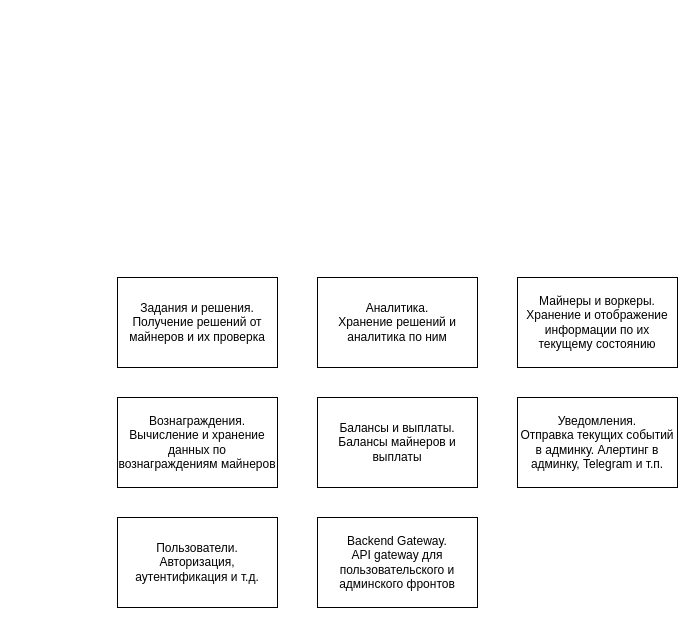
Before: page "General scheme" (1 of 3) of tzpool.drawio in dnsoftware/mpm-structure, a draw.io diagram. Source tidied: cells renumbered, new cells numbered last; positions are measured from the earlier drawing's top-left corner, leaving out a move shared by most shapes. Both pictures are drawn from the tidied source at 100%, with x=0, y=0 at pixel (117, 277).
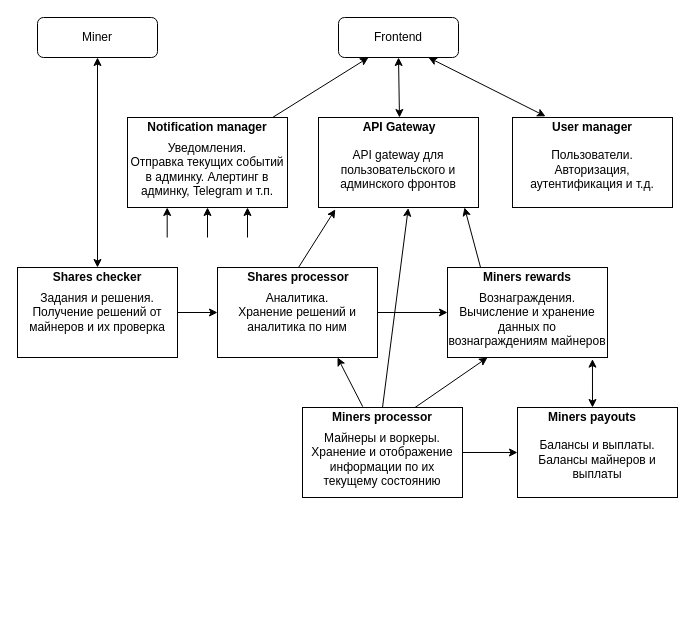
The same page after the edit.

The edit, as a diff of the source:
```diff
@@
     <mxCell id="2" value="&lt;div&gt;Задания и решения.&lt;br&gt;&lt;/div&gt;&lt;div&gt;Получение решений от майнеров и их проверка &lt;/div&gt;" style="rounded=0;whiteSpace=wrap;html=1;" parent="1" vertex="1">
-      <mxGeometry width="160" height="90" as="geometry" />
+      <mxGeometry x="-100" y="-10" width="160" height="90" as="geometry" />
     </mxCell>
     <mxCell id="3" value="&lt;div&gt;Аналитика.&lt;br&gt;&lt;/div&gt;&lt;div&gt;Хранение решений и аналитика по ним&lt;/div&gt;" style="rounded=0;whiteSpace=wrap;html=1;" parent="1" vertex="1">
-      <mxGeometry x="200" width="160" height="90" as="geometry" />
+      <mxGeometry x="100" y="-10" width="160" height="90" as="geometry" />
     </mxCell>
-    <mxCell id="4" value="&lt;div&gt;Майнеры и воркеры.&lt;br&gt;&lt;/div&gt;&lt;div&gt;Хранение и отображение информации по их текущему состоянию&lt;/div&gt;" style="rounded=0;whiteSpace=wrap;html=1;" parent="1" vertex="1">
-      <mxGeometry x="400" width="160" height="90" as="geometry" />
+    <mxCell id="4" value="&lt;div&gt;&lt;br&gt;&lt;/div&gt;&lt;div&gt;Майнеры и воркеры.&lt;br&gt;&lt;/div&gt;&lt;div&gt;Хранение и отображение информации по их текущему состоянию&lt;/div&gt;" style="rounded=0;whiteSpace=wrap;html=1;" parent="1" vertex="1">
+      <mxGeometry x="185" y="130" width="160" height="90" as="geometry" />
     </mxCell>
-    <mxCell id="5" value="&lt;div&gt;Вознаграждения.&lt;br&gt;&lt;/div&gt;&lt;div&gt;Вычисление и хранение данных по вознаграждениям майнеров&lt;/div&gt;" style="rounded=0;whiteSpace=wrap;html=1;" parent="1" vertex="1">
-      <mxGeometry y="120" width="160" height="90" as="geometry" />
+    <mxCell id="5" value="&lt;div&gt;&lt;br&gt;&lt;/div&gt;&lt;div&gt;Вознаграждения.&lt;br&gt;&lt;/div&gt;&lt;div&gt;Вычисление и хранение данных по вознаграждениям майнеров&lt;/div&gt;" style="rounded=0;whiteSpace=wrap;html=1;" parent="1" vertex="1">
+      <mxGeometry x="330" y="-10" width="160" height="90" as="geometry" />
     </mxCell>
-    <mxCell id="6" value="&lt;div&gt;Балансы и выплаты.&lt;br&gt;&lt;/div&gt;&lt;div&gt;Балансы майнеров и выплаты&lt;/div&gt;" style="rounded=0;whiteSpace=wrap;html=1;" parent="1" vertex="1">
-      <mxGeometry x="200" y="120" width="160" height="90" as="geometry" />
+    <mxCell id="6" value="&lt;div&gt;&lt;br&gt;&lt;/div&gt;&lt;div&gt;Балансы и выплаты.&lt;br&gt;&lt;/div&gt;&lt;div&gt;Балансы майнеров и выплаты&lt;/div&gt;" style="rounded=0;whiteSpace=wrap;html=1;" parent="1" vertex="1">
+      <mxGeometry x="400" y="130" width="160" height="90" as="geometry" />
     </mxCell>
-    <mxCell id="7" value="&lt;div&gt;Уведомления.&lt;/div&gt;&lt;div&gt;Отправка текущих событий в админку. Алертинг в админку, Telegram и т.п.&lt;br&gt;&lt;/div&gt;" style="rounded=0;whiteSpace=wrap;html=1;" parent="1" vertex="1">
-      <mxGeometry x="400" y="120" width="160" height="90" as="geometry" />
+    <mxCell id="7" value="&lt;div&gt;&lt;br&gt;&lt;/div&gt;&lt;div&gt;Уведомления.&lt;/div&gt;&lt;div&gt;Отправка текущих событий в админку. Алертинг в админку, Telegram и т.п.&lt;br&gt;&lt;/div&gt;" style="rounded=0;whiteSpace=wrap;html=1;" parent="1" vertex="1">
+      <mxGeometry x="10" y="-160" width="160" height="90" as="geometry" />
     </mxCell>
-    <mxCell id="8" value="&lt;div&gt;Пользователи.&lt;/div&gt;&lt;div&gt;Авторизация, аутентификация и т.д.&lt;br&gt;&lt;/div&gt;" style="rounded=0;whiteSpace=wrap;html=1;" parent="1" vertex="1">
-      <mxGeometry y="240" width="160" height="90" as="geometry" />
+    <mxCell id="8" value="&lt;div&gt;&lt;br&gt;&lt;/div&gt;&lt;div&gt;Пользователи.&lt;/div&gt;&lt;div&gt;Авторизация, аутентификация и т.д.&lt;br&gt;&lt;/div&gt;" style="rounded=0;whiteSpace=wrap;html=1;" parent="1" vertex="1">
+      <mxGeometry x="395" y="-160" width="160" height="90" as="geometry" />
     </mxCell>
-    <mxCell id="9" value="&lt;div&gt;Backend Gateway.&lt;/div&gt;&lt;div&gt;API gateway для пользовательского и админского фронтов&lt;br&gt;&lt;/div&gt;" style="rounded=0;whiteSpace=wrap;html=1;" parent="1" vertex="1">
-      <mxGeometry x="200" y="240" width="160" height="90" as="geometry" />
+    <mxCell id="9" value="&lt;div&gt;&lt;br&gt;&lt;/div&gt;&lt;div&gt;API gateway для пользовательского и админского фронтов&lt;br&gt;&lt;/div&gt;" style="rounded=0;whiteSpace=wrap;html=1;" parent="1" vertex="1">
+      <mxGeometry x="201" y="-160" width="160" height="90" as="geometry" />
     </mxCell>
+    <mxCell id="10" value="&lt;b&gt;Shares checker&lt;/b&gt;" style="text;html=1;align=center;verticalAlign=middle;whiteSpace=wrap;rounded=0;text-color:#f00;" parent="1" vertex="1">
+      <mxGeometry x="-85" y="-10" width="130" height="20" as="geometry" />
+    </mxCell>
+    <mxCell id="11" value="&lt;b&gt;Shares processor&lt;/b&gt;" style="text;html=1;align=center;verticalAlign=middle;whiteSpace=wrap;rounded=0;text-color:#f00;" parent="1" vertex="1">
+      <mxGeometry x="116" y="-10" width="130" height="20" as="geometry" />
+    </mxCell>
+    <mxCell id="12" value="&lt;b&gt;Miners processor&lt;/b&gt;" style="text;html=1;align=center;verticalAlign=middle;whiteSpace=wrap;rounded=0;text-color:#f00;" parent="1" vertex="1">
+      <mxGeometry x="200" y="130" width="130" height="20" as="geometry" />
+    </mxCell>
+    <mxCell id="13" value="&lt;b&gt;Miners rewards&lt;/b&gt;" style="text;html=1;align=center;verticalAlign=middle;whiteSpace=wrap;rounded=0;text-color:#f00;" parent="1" vertex="1">
+      <mxGeometry x="345" y="-10" width="130" height="20" as="geometry" />
+    </mxCell>
+    <mxCell id="14" value="&lt;b&gt;Miners payouts&lt;/b&gt;" style="text;html=1;align=center;verticalAlign=middle;whiteSpace=wrap;rounded=0;text-color:#f00;" parent="1" vertex="1">
+      <mxGeometry x="410" y="130" width="130" height="20" as="geometry" />
+    </mxCell>
+    <mxCell id="15" value="&lt;b&gt;Notification manager&lt;/b&gt;" style="text;html=1;align=center;verticalAlign=middle;whiteSpace=wrap;rounded=0;text-color:#f00;" parent="1" vertex="1">
+      <mxGeometry x="25" y="-160" width="130" height="20" as="geometry" />
+    </mxCell>
+    <mxCell id="16" value="&lt;b&gt;User manager&lt;/b&gt;" style="text;html=1;align=center;verticalAlign=middle;whiteSpace=wrap;rounded=0;text-color:#f00;" parent="1" vertex="1">
+      <mxGeometry x="410" y="-160" width="130" height="20" as="geometry" />
+    </mxCell>
+    <mxCell id="17" value="&lt;b&gt;API Gateway&lt;/b&gt;" style="text;html=1;align=center;verticalAlign=middle;whiteSpace=wrap;rounded=0;text-color:#f00;" parent="1" vertex="1">
+      <mxGeometry x="217" y="-160" width="130" height="20" as="geometry" />
+    </mxCell>
+    <mxCell id="18" value="Frontend" style="rounded=1;whiteSpace=wrap;html=1;" parent="1" vertex="1">
+      <mxGeometry x="221" y="-260" width="120" height="40" as="geometry" />
+    </mxCell>
+    <mxCell id="19" value="Miner" style="rounded=1;whiteSpace=wrap;html=1;" parent="1" vertex="1">
+      <mxGeometry x="-80" y="-260" width="120" height="40" as="geometry" />
+    </mxCell>
+    <mxCell id="20" style="endArrow=classic;html=1;rounded=0;exitX=1;exitY=0.5;exitDx=0;exitDy=0;entryX=0;entryY=0.5;entryDx=0;entryDy=0;" parent="1" edge="1" source="2" target="3">
+      <mxGeometry relative="1" as="geometry" />
+    </mxCell>
+    <mxCell id="21" style="endArrow=classic;startArrow=classic;html=1;rounded=0;exitX=0.5;exitY=0;exitDx=0;exitDy=0;entryX=0.5;entryY=1;entryDx=0;entryDy=0;" parent="1" edge="1" source="10" target="19">
+      <mxGeometry relative="1" as="geometry" />
+    </mxCell>
+    <mxCell id="22" style="endArrow=classic;html=1;rounded=0;exitX=0.5;exitY=0;exitDx=0;exitDy=0;entryX=0.561;entryY=1.006;entryDx=0;entryDy=0;entryPerimeter=0;" parent="1" edge="1" source="12" target="9">
+      <mxGeometry relative="1" as="geometry" />
+    </mxCell>
+    <mxCell id="23" style="endArrow=classic;html=1;rounded=0;exitX=0.348;exitY=-0.041;exitDx=0;exitDy=0;exitPerimeter=0;entryX=0.75;entryY=1;entryDx=0;entryDy=0;" parent="1" edge="1" source="12" target="3">
+      <mxGeometry relative="1" as="geometry" />
+    </mxCell>
+    <mxCell id="24" style="endArrow=classic;html=1;rounded=0;exitX=0.75;exitY=0;exitDx=0;exitDy=0;entryX=0.25;entryY=1;entryDx=0;entryDy=0;" parent="1" edge="1" source="12" target="5">
+      <mxGeometry relative="1" as="geometry" />
+    </mxCell>
+    <mxCell id="25" style="endArrow=classic;html=1;rounded=0;exitX=1;exitY=0.5;exitDx=0;exitDy=0;" parent="1" edge="1" source="4" target="6">
+      <mxGeometry relative="1" as="geometry" />
+    </mxCell>
+    <mxCell id="26" style="endArrow=classic;html=1;rounded=0;exitX=1;exitY=0.5;exitDx=0;exitDy=0;entryX=0;entryY=0.5;entryDx=0;entryDy=0;" parent="1" edge="1" source="3" target="5">
+      <mxGeometry relative="1" as="geometry" />
+    </mxCell>
+    <mxCell id="27" style="endArrow=classic;startArrow=classic;html=1;rounded=0;exitX=0.5;exitY=0;exitDx=0;exitDy=0;entryX=0.906;entryY=1.018;entryDx=0;entryDy=0;entryPerimeter=0;" parent="1" edge="1" source="14" target="5">
+      <mxGeometry relative="1" as="geometry" />
+    </mxCell>
+    <mxCell id="28" style="endArrow=classic;html=1;rounded=0;exitX=0.5;exitY=0;exitDx=0;exitDy=0;entryX=0.105;entryY=1.021;entryDx=0;entryDy=0;entryPerimeter=0;" parent="1" edge="1" source="11" target="9">
+      <mxGeometry relative="1" as="geometry" />
+    </mxCell>
+    <mxCell id="29" style="endArrow=classic;html=1;rounded=0;exitX=0.14;exitY=0.028;exitDx=0;exitDy=0;exitPerimeter=0;" parent="1" edge="1" source="13">
+      <mxGeometry relative="1" as="geometry">
+        <mxPoint x="347" y="-70" as="targetPoint" />
+      </mxGeometry>
+    </mxCell>
+    <mxCell id="30" style="endArrow=classic;startArrow=classic;html=1;rounded=0;exitX=0.5;exitY=0;exitDx=0;exitDy=0;entryX=0.5;entryY=1;entryDx=0;entryDy=0;" parent="1" edge="1" source="17" target="18">
+      <mxGeometry relative="1" as="geometry" />
+    </mxCell>
+    <mxCell id="31" style="endArrow=classic;html=1;rounded=0;exitX=1;exitY=0;exitDx=0;exitDy=0;entryX=0.25;entryY=1;entryDx=0;entryDy=0;" parent="1" edge="1" source="15" target="18">
+      <mxGeometry relative="1" as="geometry" />
+    </mxCell>
+    <mxCell id="32" style="endArrow=classic;html=1;rounded=0;entryX=0.5;entryY=1;entryDx=0;entryDy=0;" parent="1" edge="1" target="7">
+      <mxGeometry relative="1" as="geometry">
+        <mxPoint x="90" y="-40" as="sourcePoint" />
+      </mxGeometry>
+    </mxCell>
+    <mxCell id="33" style="endArrow=classic;html=1;rounded=0;entryX=0.5;entryY=1;entryDx=0;entryDy=0;" parent="1" edge="1">
+      <mxGeometry relative="1" as="geometry">
+        <mxPoint x="49.7" y="-40" as="sourcePoint" />
+        <mxPoint x="49.7" y="-70" as="targetPoint" />
+      </mxGeometry>
+    </mxCell>
+    <mxCell id="34" style="endArrow=classic;html=1;rounded=0;entryX=0.5;entryY=1;entryDx=0;entryDy=0;" parent="1" edge="1">
+      <mxGeometry relative="1" as="geometry">
+        <mxPoint x="130" y="-40" as="sourcePoint" />
+        <mxPoint x="130" y="-70" as="targetPoint" />
+      </mxGeometry>
+    </mxCell>
+    <mxCell id="35" style="endArrow=classic;startArrow=classic;html=1;rounded=0;entryX=0.75;entryY=1;entryDx=0;entryDy=0;exitX=0.139;exitY=-0.059;exitDx=0;exitDy=0;exitPerimeter=0;" parent="1" edge="1" source="16" target="18">
+      <mxGeometry relative="1" as="geometry" />
+    </mxCell>
```
